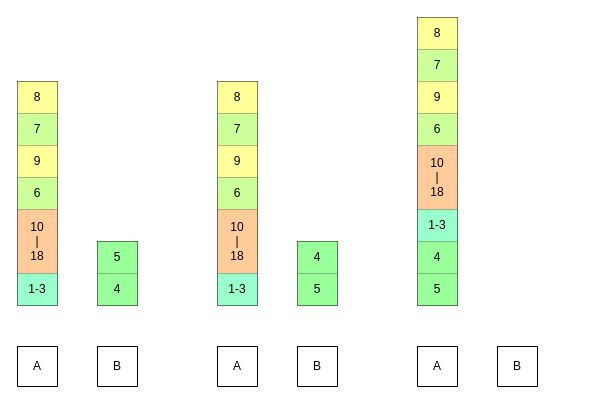
This is page "45確定" (4 of 9) of images/qsort/qsort.dio from welove-t/42Tokyo-push_swap, a draw.io file, before an edit. Source tidied: cells renumbered, new cells numbered last; positions are measured from the earlier drawing's top-left corner, leaving out a move shared by most shapes. Both pictures are drawn from the tidied source at 100%, with x=0, y=0 at pixel (17, 17).
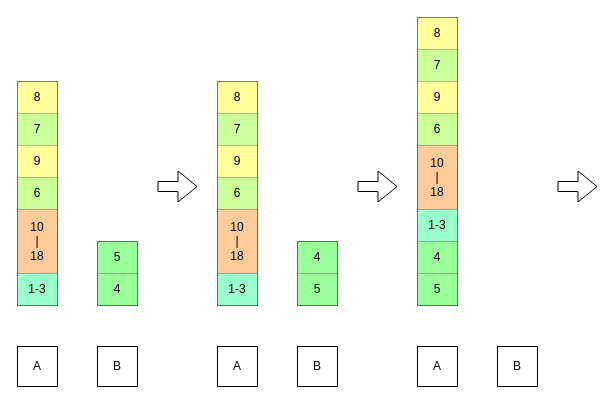
After the change.

Change to the diagram source:
```diff
@@
+    <mxCell id="73" style="shape=flexArrow;endArrow=classic;html=1;" parent="1" edge="1">
+      <mxGeometry relative="1" as="geometry">
+        <mxPoint x="140" y="169" as="sourcePoint" />
+        <mxPoint x="180" y="169" as="targetPoint" />
+      </mxGeometry>
+    </mxCell>
+    <mxCell id="74" style="shape=flexArrow;endArrow=classic;html=1;" parent="1" edge="1">
+      <mxGeometry relative="1" as="geometry">
+        <mxPoint x="340" y="169" as="sourcePoint" />
+        <mxPoint x="380" y="169" as="targetPoint" />
+      </mxGeometry>
+    </mxCell>
+    <mxCell id="75" style="shape=flexArrow;endArrow=classic;html=1;" parent="1" edge="1">
+      <mxGeometry relative="1" as="geometry">
+        <mxPoint x="540" y="169" as="sourcePoint" />
+        <mxPoint x="580" y="169" as="targetPoint" />
+      </mxGeometry>
+    </mxCell>
```
